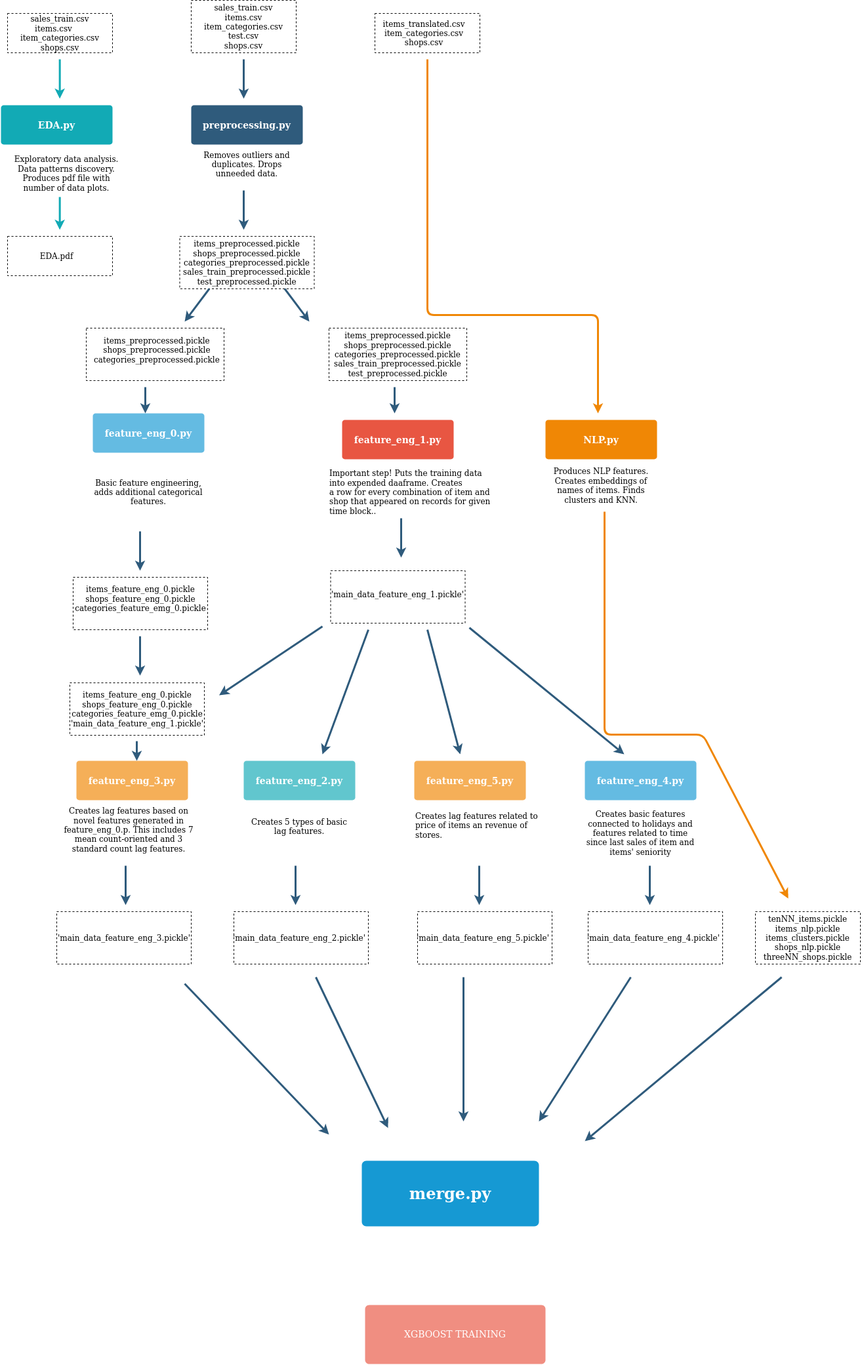
Earlier version of the draw.io export img/xgboost_graph.png (pegasus-isi/predict-future-sales-workflow). Source tidied: cells renumbered, new cells last; positions are measured from the earlier drawing's top-left corner, leaving out a move shared by most shapes.
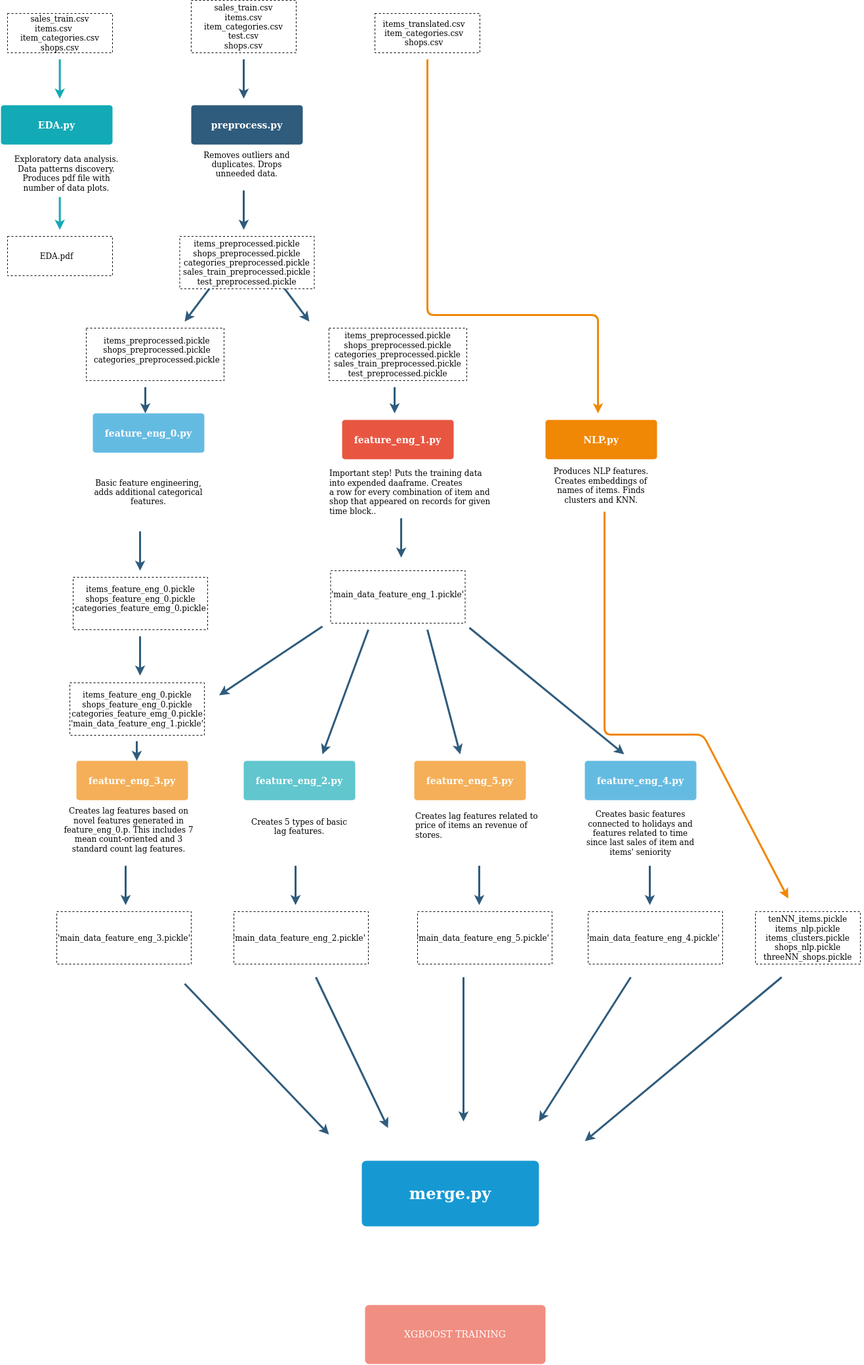
After the change.

What changed in the source:
```diff
@@ -35,7 +35,7 @@
         <mxPoint x="89.7" y="350" as="targetPoint" />
       </mxGeometry>
     </mxCell>
-    <mxCell id="12" value="preprocessing.py" style="rounded=1;whiteSpace=wrap;html=1;shadow=0;labelBackgroundColor=none;strokeColor=none;strokeWidth=3;fillColor=#2F5B7C;fontFamily=Helvetica;fontSize=14;fontColor=#FFFFFF;align=center;spacing=5;fontStyle=1;arcSize=7;perimeterSpacing=2;" parent="1" vertex="1">
+    <mxCell id="12" value="preprocess.py" style="rounded=1;whiteSpace=wrap;html=1;shadow=0;labelBackgroundColor=none;strokeColor=none;strokeWidth=3;fillColor=#2F5B7C;fontFamily=Helvetica;fontSize=14;fontColor=#FFFFFF;align=center;spacing=5;fontStyle=1;arcSize=7;perimeterSpacing=2;" parent="1" vertex="1">
       <mxGeometry x="290" y="160" width="170" height="60" as="geometry" />
     </mxCell>
     <mxCell id="13" style="edgeStyle=none;rounded=1;jumpStyle=none;html=1;shadow=0;labelBackgroundColor=none;startArrow=none;startFill=0;jettySize=auto;orthogonalLoop=1;strokeColor=#2F5B7C;strokeWidth=3;fontFamily=Helvetica;fontSize=14;fontColor=#FFFFFF;spacing=5;fontStyle=1;fillColor=#b0e3e6;" parent="1" edge="1">
```
